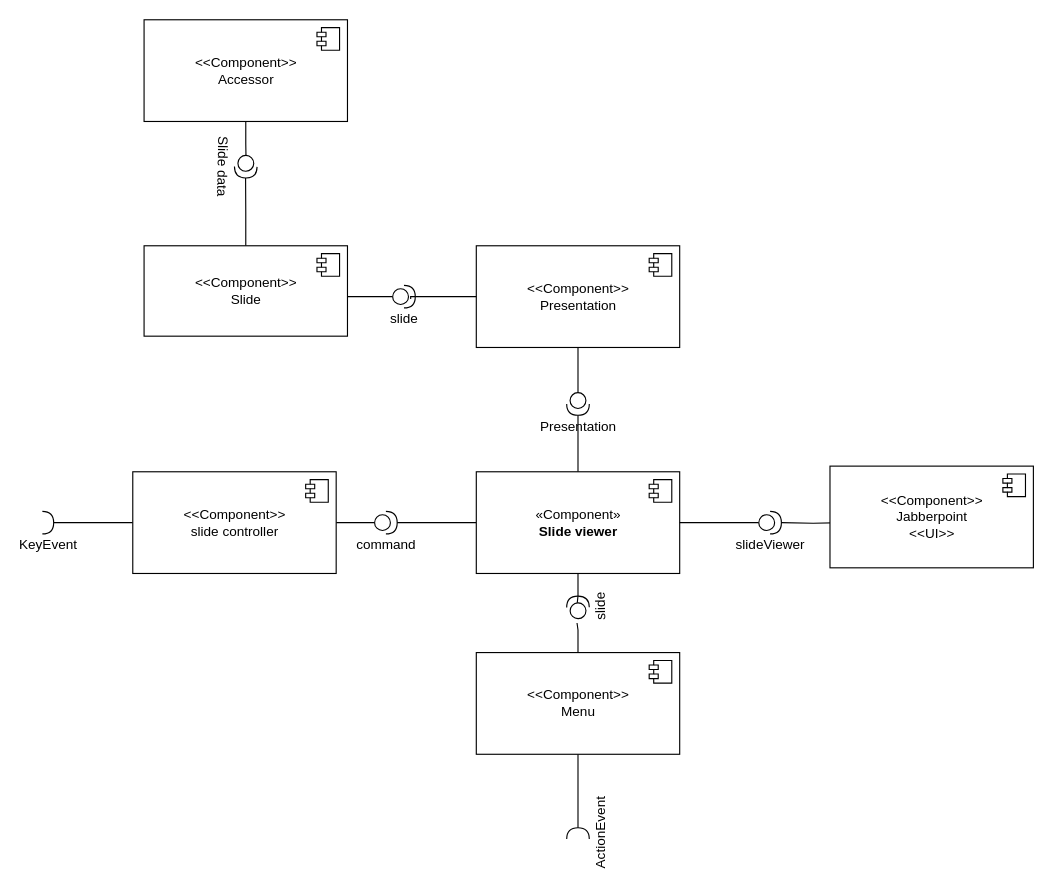
ThomasLuchies/OGO keeps this draw.io diagram as Deel 2/ComponentDiagram.drawio. Above is the earlier version. Source tidied: cells renumbered, new cells numbered last; positions are measured from the earlier drawing's top-left corner, leaving out a move shared by most shapes. Both pictures are drawn from the tidied source at 113%, with x=0, y=0 at pixel (42, 19).
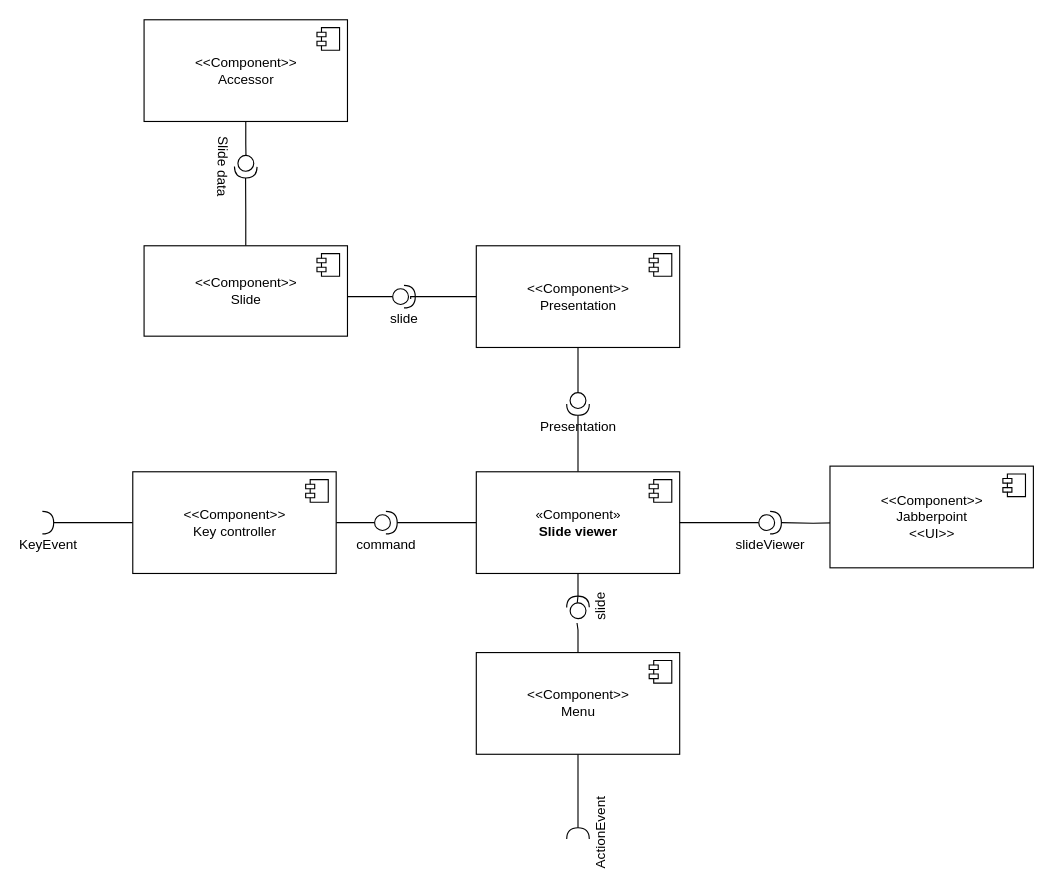
After the change.

Commit message (it also covers changes not shown here):
use case diagram update

What changed in the source:
```diff
@@
-    <mxCell id="20" value="&amp;lt;&amp;lt;Component&amp;gt;&amp;gt;&lt;br&gt;slide controller" style="html=1;" parent="1" vertex="1">
+    <mxCell id="20" value="&amp;lt;&amp;lt;Component&amp;gt;&amp;gt;&lt;br&gt;Key controller" style="html=1;" parent="1" vertex="1">
       <mxGeometry x="80" y="400" width="180" height="90" as="geometry" />
     </mxCell>
```
